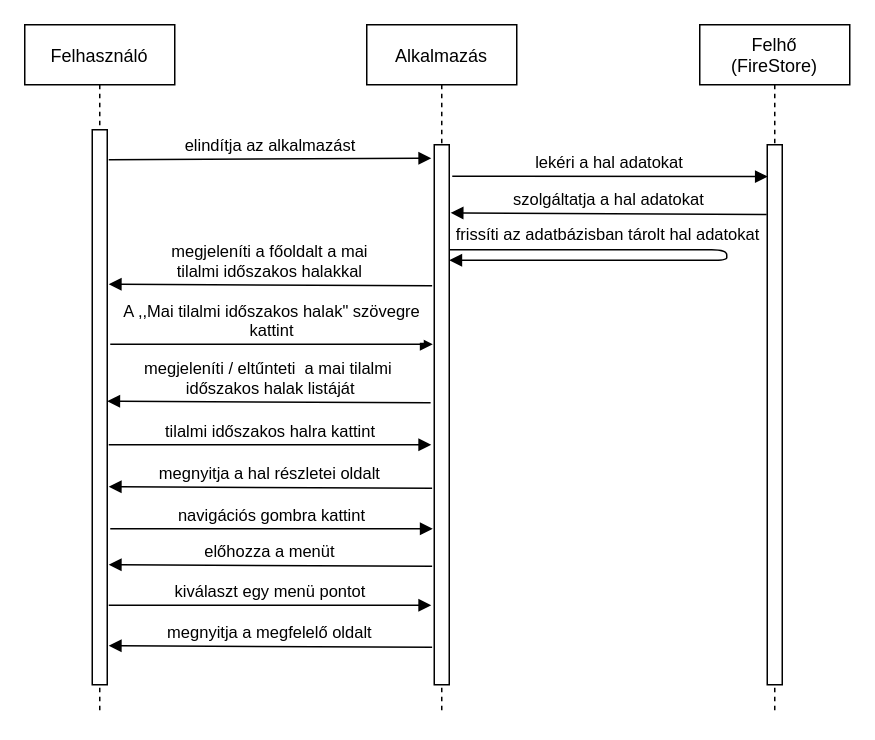
Above: diagrams/start_szekvencia_diagram.drawio in radics-milan/Horgasz_mobilAlkalmazas (draw.io), before the change. Source tidied: cells renumbered, new cells numbered last; positions are measured from the earlier drawing's top-left corner, leaving out a move shared by most shapes. Both pictures are drawn from the tidied source at 150%, with x=0, y=0 at pixel (24, 24).
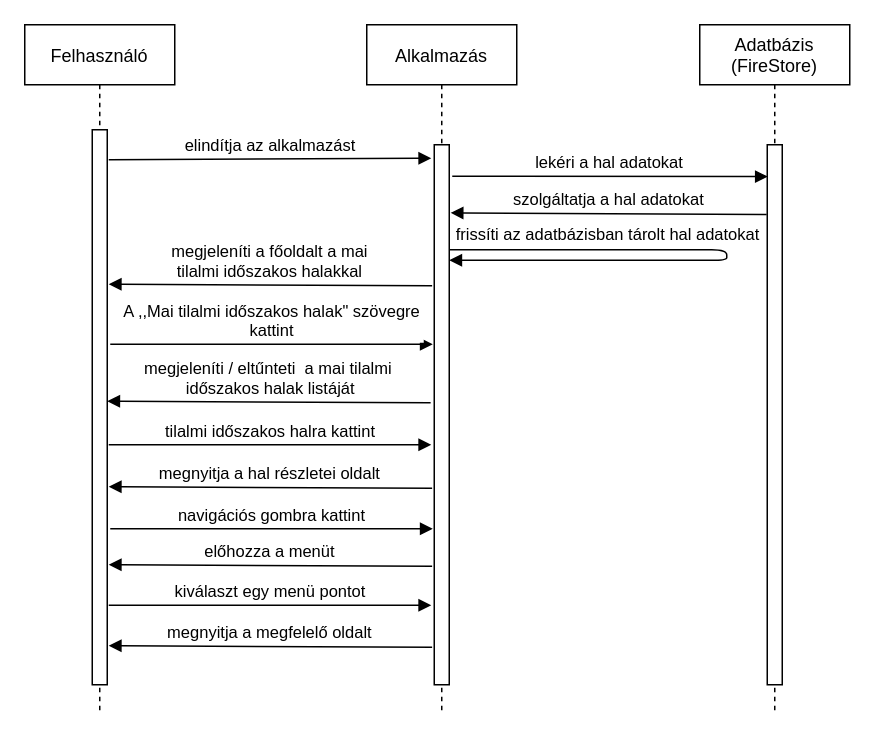
The same diagram, later.

Commit message (it also covers changes not shown here):
Szekvencia diagram png kép

Change to the diagram source:
```diff
@@
-    <mxCell id="9" value="Felhő&#10;(FireStore)" style="shape=umlLifeline;perimeter=lifelinePerimeter;rounded=0;shadow=0;strokeWidth=1;" parent="1" vertex="1">
+    <mxCell id="9" value="Adatbázis&#10;(FireStore)" style="shape=umlLifeline;perimeter=lifelinePerimeter;rounded=0;shadow=0;strokeWidth=1;" parent="1" vertex="1">
       <mxGeometry x="450" width="100" height="460" as="geometry" />
     </mxCell>
```
